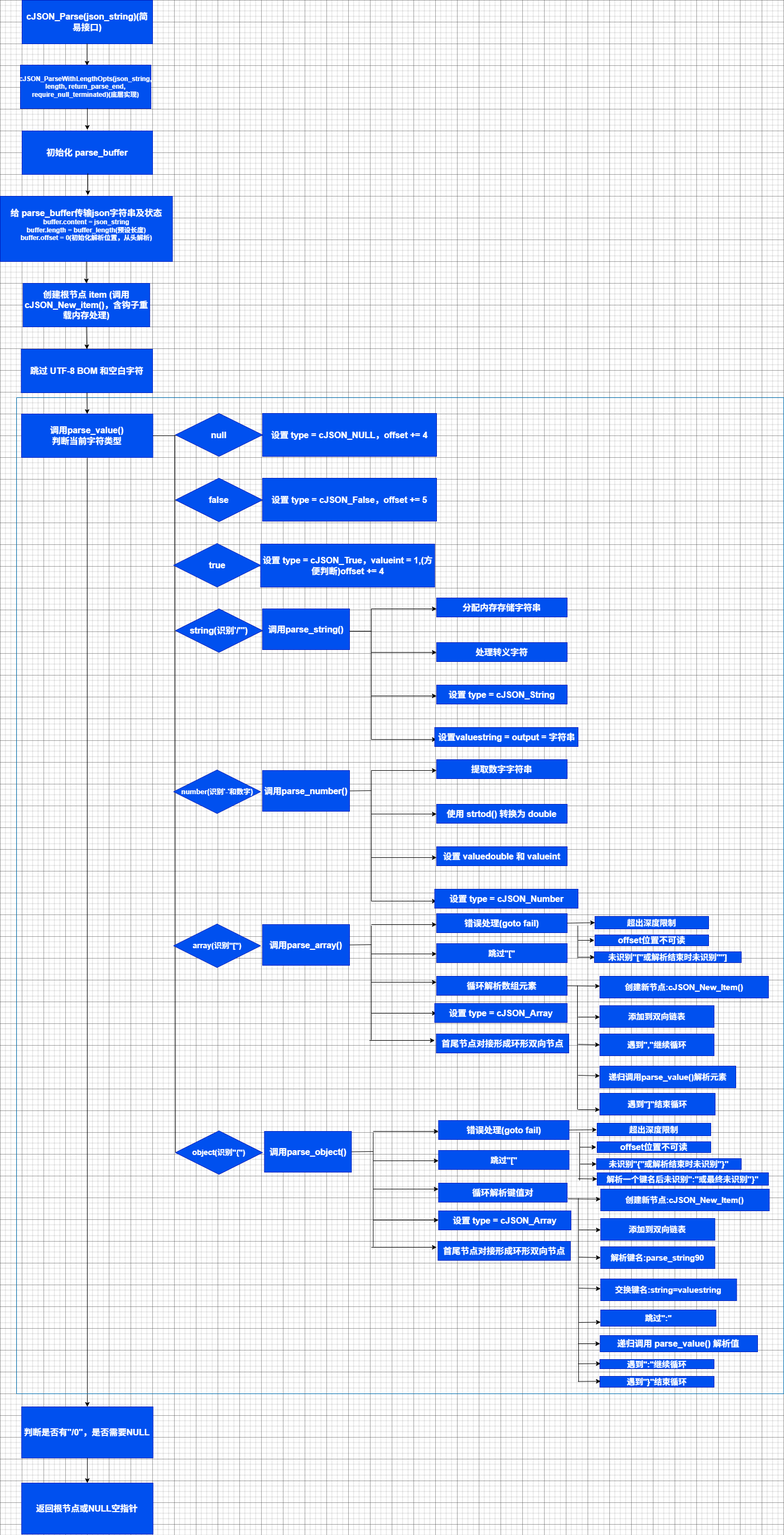
This is images/解析JSON流程图.drawio.png from LHX9000/CJSON-NWPU-StudentTask, a draw.io export, as it was before one commit. Source tidied: cells renumbered, new cells last; positions are measured from the earlier drawing's top-left corner, leaving out a move shared by most shapes.
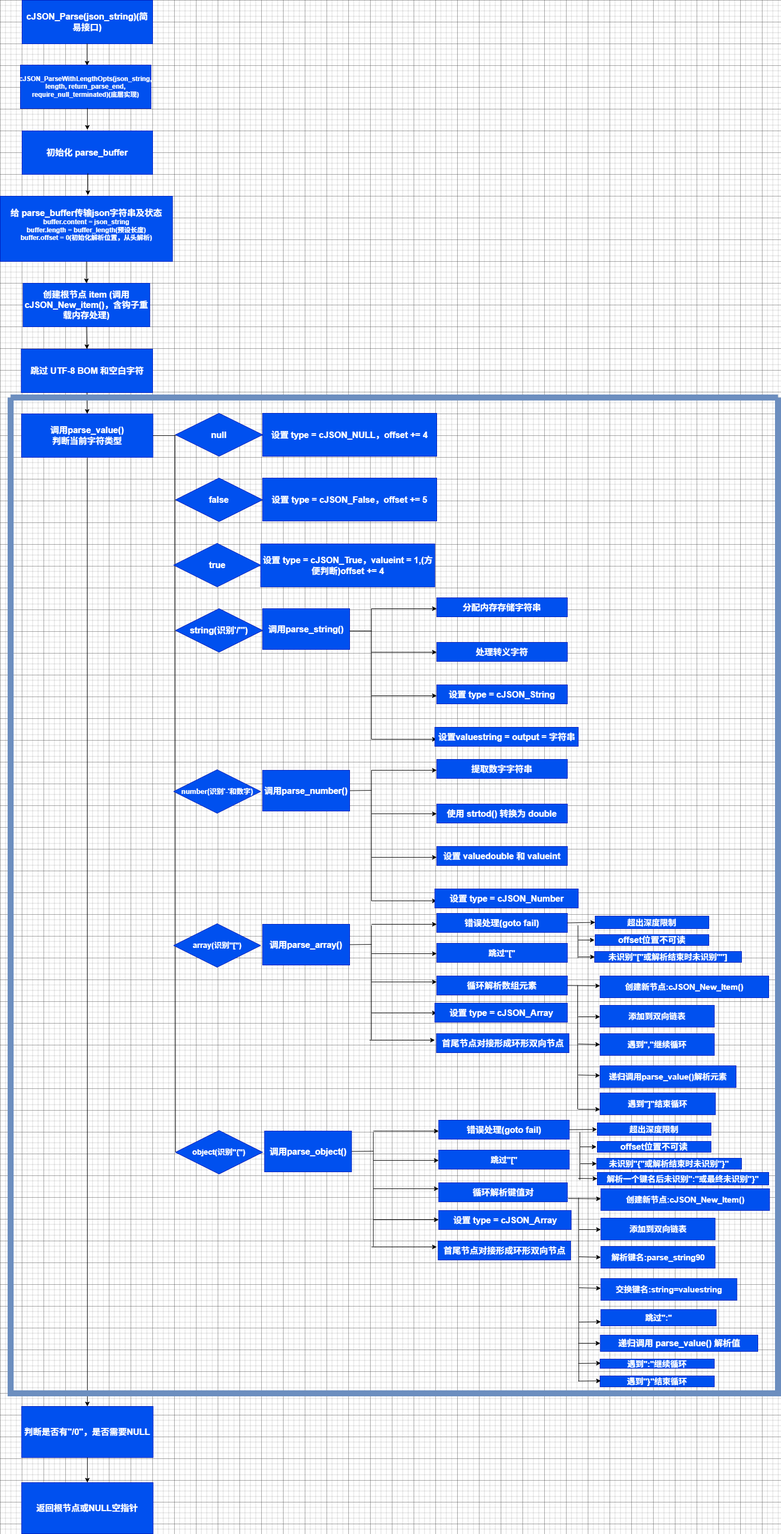
Above is the later version.

Commit message:
已添加 解析JSON流程图.drawio.png

Change to the diagram source:
```diff
@@ -513,8 +513,8 @@
     <mxCell id="122" style="endArrow=classic;html=1;rounded=0;exitX=0.5;exitY=1;exitDx=0;exitDy=0;entryX=0.5;entryY=0;entryDx=0;entryDy=0;" parent="1" edge="1" source="119" target="120">
       <mxGeometry relative="1" as="geometry" />
     </mxCell>
-    <mxCell id="123" style="swimlane;startSize=0;fillColor=#1ba1e2;fontColor=#ffffff;strokeColor=#006EAF;" parent="1" vertex="1">
-      <mxGeometry x="30" y="730" width="1410" height="1830" as="geometry" />
+    <mxCell id="123" style="swimlane;startSize=0;strokeWidth=11;fillColor=#dae8fc;strokeColor=#6c8ebf;gradientColor=#7ea6e0;" parent="1" vertex="1">
+      <mxGeometry x="19" y="730" width="1410" height="1830" as="geometry" />
     </mxCell>
   </root>
 </mxGraphModel>
```
